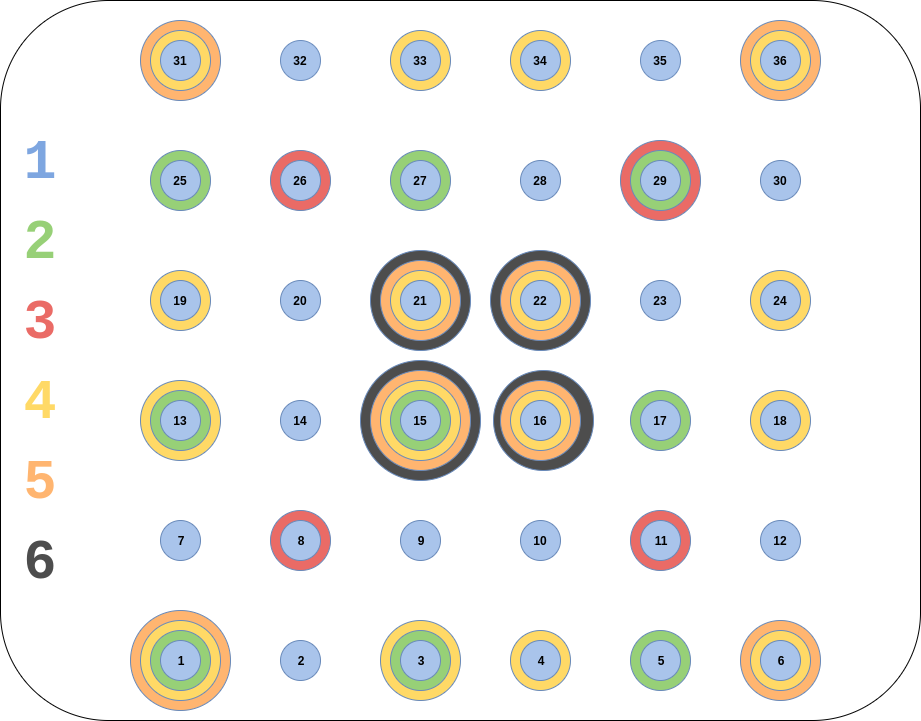
This is LED_Configuartions.png from Maximvda/ML_VLP, a draw.io export, as it was before one commit. Source tidied: cells renumbered, new cells last; positions are measured from the earlier drawing's top-left corner, leaving out a move shared by most shapes.
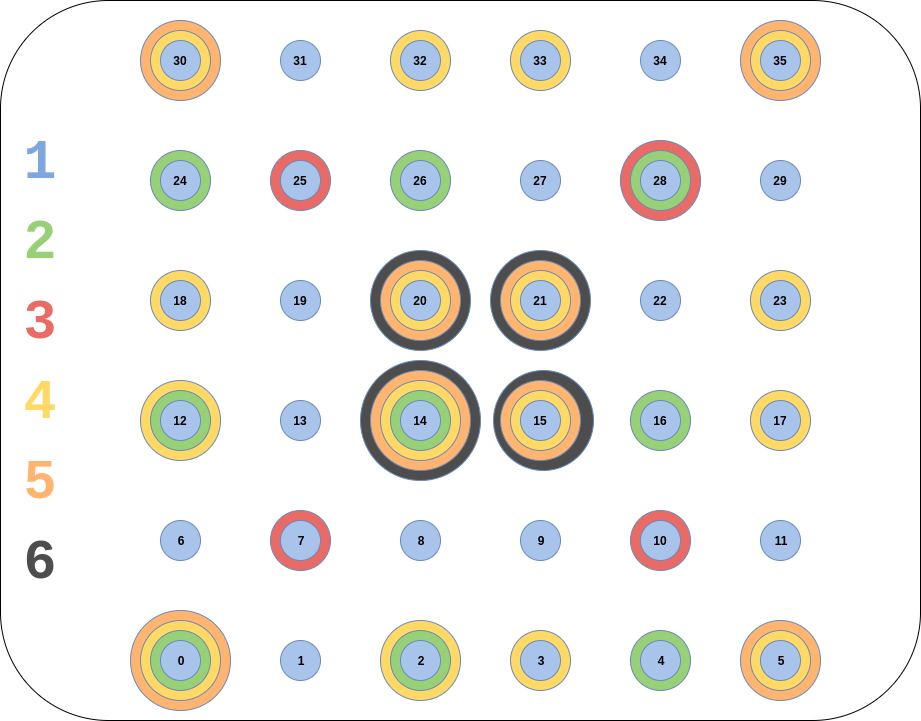
The same file after the commit.

The edit, as a diff of the source:
```diff
@@ -128,112 +128,112 @@
     <mxCell id="43" style="ellipse;whiteSpace=wrap;html=1;strokeColor=#698ABA;fillColor=#97D077;" parent="1" vertex="1">
       <mxGeometry x="150" y="630" width="60" height="60" as="geometry" />
     </mxCell>
-    <mxCell id="44" value="1&lt;br&gt;" style="ellipse;whiteSpace=wrap;html=1;fillColor=#A9C4EB;strokeColor=#698ABA;fontStyle=1;" parent="1" vertex="1">
+    <mxCell id="44" value="0" style="ellipse;whiteSpace=wrap;html=1;fillColor=#A9C4EB;strokeColor=#698ABA;fontStyle=1;" parent="1" vertex="1">
       <mxGeometry x="160" y="640" width="40" height="40" as="geometry" />
     </mxCell>
-    <mxCell id="45" value="4" style="ellipse;whiteSpace=wrap;html=1;fillColor=#A9C4EB;strokeColor=#698ABA;fontStyle=1;" parent="1" vertex="1">
+    <mxCell id="45" value="3" style="ellipse;whiteSpace=wrap;html=1;fillColor=#A9C4EB;strokeColor=#698ABA;fontStyle=1;" parent="1" vertex="1">
       <mxGeometry x="520" y="640" width="40" height="40" as="geometry" />
     </mxCell>
-    <mxCell id="46" value="2" style="ellipse;whiteSpace=wrap;html=1;fillColor=#A9C4EB;strokeColor=#698ABA;fontStyle=1;" parent="1" vertex="1">
+    <mxCell id="46" value="1" style="ellipse;whiteSpace=wrap;html=1;fillColor=#A9C4EB;strokeColor=#698ABA;fontStyle=1;" parent="1" vertex="1">
       <mxGeometry x="280" y="640" width="40" height="40" as="geometry" />
     </mxCell>
-    <mxCell id="47" value="3" style="ellipse;whiteSpace=wrap;html=1;fillColor=#A9C4EB;strokeColor=#698ABA;fontStyle=1;" parent="1" vertex="1">
+    <mxCell id="47" value="2" style="ellipse;whiteSpace=wrap;html=1;fillColor=#A9C4EB;strokeColor=#698ABA;fontStyle=1;" parent="1" vertex="1">
       <mxGeometry x="400" y="640" width="40" height="40" as="geometry" />
     </mxCell>
-    <mxCell id="48" value="5" style="ellipse;whiteSpace=wrap;html=1;fillColor=#A9C4EB;strokeColor=#698ABA;fontStyle=1;" parent="1" vertex="1">
+    <mxCell id="48" value="4" style="ellipse;whiteSpace=wrap;html=1;fillColor=#A9C4EB;strokeColor=#698ABA;fontStyle=1;" parent="1" vertex="1">
       <mxGeometry x="640" y="640" width="40" height="40" as="geometry" />
     </mxCell>
-    <mxCell id="49" value="6&lt;br&gt;" style="ellipse;whiteSpace=wrap;html=1;fillColor=#A9C4EB;strokeColor=#698ABA;fontStyle=1;" parent="1" vertex="1">
+    <mxCell id="49" value="5" style="ellipse;whiteSpace=wrap;html=1;fillColor=#A9C4EB;strokeColor=#698ABA;fontStyle=1;" parent="1" vertex="1">
       <mxGeometry x="760" y="640" width="40" height="40" as="geometry" />
     </mxCell>
-    <mxCell id="50" value="7" style="ellipse;whiteSpace=wrap;html=1;fillColor=#A9C4EB;strokeColor=#698ABA;fontStyle=1;" parent="1" vertex="1">
+    <mxCell id="50" value="6" style="ellipse;whiteSpace=wrap;html=1;fillColor=#A9C4EB;strokeColor=#698ABA;fontStyle=1;" parent="1" vertex="1">
       <mxGeometry x="160" y="520" width="40" height="40" as="geometry" />
     </mxCell>
-    <mxCell id="51" value="10" style="ellipse;whiteSpace=wrap;html=1;fillColor=#A9C4EB;strokeColor=#698ABA;fontStyle=1;" parent="1" vertex="1">
+    <mxCell id="51" value="9" style="ellipse;whiteSpace=wrap;html=1;fillColor=#A9C4EB;strokeColor=#698ABA;fontStyle=1;" parent="1" vertex="1">
       <mxGeometry x="520" y="520" width="40" height="40" as="geometry" />
     </mxCell>
-    <mxCell id="52" value="8" style="ellipse;whiteSpace=wrap;html=1;fillColor=#A9C4EB;strokeColor=#698ABA;fontStyle=1;" parent="1" vertex="1">
+    <mxCell id="52" value="7" style="ellipse;whiteSpace=wrap;html=1;fillColor=#A9C4EB;strokeColor=#698ABA;fontStyle=1;" parent="1" vertex="1">
       <mxGeometry x="280" y="520" width="40" height="40" as="geometry" />
     </mxCell>
-    <mxCell id="53" value="9" style="ellipse;whiteSpace=wrap;html=1;fillColor=#A9C4EB;strokeColor=#698ABA;fontStyle=1;" parent="1" vertex="1">
+    <mxCell id="53" value="8" style="ellipse;whiteSpace=wrap;html=1;fillColor=#A9C4EB;strokeColor=#698ABA;fontStyle=1;" parent="1" vertex="1">
       <mxGeometry x="400" y="520" width="40" height="40" as="geometry" />
     </mxCell>
-    <mxCell id="54" value="11" style="ellipse;whiteSpace=wrap;html=1;fillColor=#A9C4EB;strokeColor=#698ABA;fontStyle=1;" parent="1" vertex="1">
+    <mxCell id="54" value="10" style="ellipse;whiteSpace=wrap;html=1;fillColor=#A9C4EB;strokeColor=#698ABA;fontStyle=1;" parent="1" vertex="1">
       <mxGeometry x="640" y="520" width="40" height="40" as="geometry" />
     </mxCell>
-    <mxCell id="55" value="12" style="ellipse;whiteSpace=wrap;html=1;fillColor=#A9C4EB;strokeColor=#698ABA;fontStyle=1;" parent="1" vertex="1">
+    <mxCell id="55" value="11" style="ellipse;whiteSpace=wrap;html=1;fillColor=#A9C4EB;strokeColor=#698ABA;fontStyle=1;" parent="1" vertex="1">
       <mxGeometry x="760" y="520" width="40" height="40" as="geometry" />
     </mxCell>
-    <mxCell id="56" value="13" style="ellipse;whiteSpace=wrap;html=1;fillColor=#A9C4EB;strokeColor=#698ABA;fontStyle=1;" parent="1" vertex="1">
+    <mxCell id="56" value="12" style="ellipse;whiteSpace=wrap;html=1;fillColor=#A9C4EB;strokeColor=#698ABA;fontStyle=1;" parent="1" vertex="1">
       <mxGeometry x="160" y="400" width="40" height="40" as="geometry" />
     </mxCell>
-    <mxCell id="57" value="16" style="ellipse;whiteSpace=wrap;html=1;fillColor=#A9C4EB;strokeColor=#698ABA;fontStyle=1;" parent="1" vertex="1">
+    <mxCell id="57" value="15" style="ellipse;whiteSpace=wrap;html=1;fillColor=#A9C4EB;strokeColor=#698ABA;fontStyle=1;" parent="1" vertex="1">
       <mxGeometry x="520" y="400" width="40" height="40" as="geometry" />
     </mxCell>
-    <mxCell id="58" value="14" style="ellipse;whiteSpace=wrap;html=1;fillColor=#A9C4EB;strokeColor=#698ABA;fontStyle=1;" parent="1" vertex="1">
+    <mxCell id="58" value="13" style="ellipse;whiteSpace=wrap;html=1;fillColor=#A9C4EB;strokeColor=#698ABA;fontStyle=1;" parent="1" vertex="1">
       <mxGeometry x="280" y="400" width="40" height="40" as="geometry" />
     </mxCell>
-    <mxCell id="59" value="15" style="ellipse;whiteSpace=wrap;html=1;fillColor=#A9C4EB;strokeColor=#698ABA;fontStyle=1;" parent="1" vertex="1">
+    <mxCell id="59" value="14" style="ellipse;whiteSpace=wrap;html=1;fillColor=#A9C4EB;strokeColor=#698ABA;fontStyle=1;" parent="1" vertex="1">
       <mxGeometry x="400" y="400" width="40" height="40" as="geometry" />
     </mxCell>
-    <mxCell id="60" value="17" style="ellipse;whiteSpace=wrap;html=1;fillColor=#A9C4EB;strokeColor=#698ABA;fontStyle=1;" parent="1" vertex="1">
+    <mxCell id="60" value="16" style="ellipse;whiteSpace=wrap;html=1;fillColor=#A9C4EB;strokeColor=#698ABA;fontStyle=1;" parent="1" vertex="1">
       <mxGeometry x="640" y="400" width="40" height="40" as="geometry" />
     </mxCell>
-    <mxCell id="61" value="18" style="ellipse;whiteSpace=wrap;html=1;fillColor=#A9C4EB;strokeColor=#698ABA;fontStyle=1;" parent="1" vertex="1">
+    <mxCell id="61" value="17" style="ellipse;whiteSpace=wrap;html=1;fillColor=#A9C4EB;strokeColor=#698ABA;fontStyle=1;" parent="1" vertex="1">
       <mxGeometry x="760" y="400" width="40" height="40" as="geometry" />
     </mxCell>
-    <mxCell id="62" value="19" style="ellipse;whiteSpace=wrap;html=1;fillColor=#A9C4EB;strokeColor=#698ABA;fontStyle=1;" parent="1" vertex="1">
+    <mxCell id="62" value="18" style="ellipse;whiteSpace=wrap;html=1;fillColor=#A9C4EB;strokeColor=#698ABA;fontStyle=1;" parent="1" vertex="1">
       <mxGeometry x="160" y="280" width="40" height="40" as="geometry" />
     </mxCell>
-    <mxCell id="63" value="22" style="ellipse;whiteSpace=wrap;html=1;fillColor=#A9C4EB;strokeColor=#698ABA;fontStyle=1;" parent="1" vertex="1">
+    <mxCell id="63" value="21" style="ellipse;whiteSpace=wrap;html=1;fillColor=#A9C4EB;strokeColor=#698ABA;fontStyle=1;" parent="1" vertex="1">
       <mxGeometry x="520" y="280" width="40" height="40" as="geometry" />
     </mxCell>
-    <mxCell id="64" value="20" style="ellipse;whiteSpace=wrap;html=1;fillColor=#A9C4EB;strokeColor=#698ABA;fontStyle=1;" parent="1" vertex="1">
+    <mxCell id="64" value="19" style="ellipse;whiteSpace=wrap;html=1;fillColor=#A9C4EB;strokeColor=#698ABA;fontStyle=1;" parent="1" vertex="1">
       <mxGeometry x="280" y="280" width="40" height="40" as="geometry" />
     </mxCell>
-    <mxCell id="65" value="21" style="ellipse;whiteSpace=wrap;html=1;fillColor=#A9C4EB;strokeColor=#698ABA;fontStyle=1;" parent="1" vertex="1">
+    <mxCell id="65" value="20" style="ellipse;whiteSpace=wrap;html=1;fillColor=#A9C4EB;strokeColor=#698ABA;fontStyle=1;" parent="1" vertex="1">
       <mxGeometry x="400" y="280" width="40" height="40" as="geometry" />
     </mxCell>
-    <mxCell id="66" value="23" style="ellipse;whiteSpace=wrap;html=1;fillColor=#A9C4EB;strokeColor=#698ABA;fontStyle=1;" parent="1" vertex="1">
+    <mxCell id="66" value="22" style="ellipse;whiteSpace=wrap;html=1;fillColor=#A9C4EB;strokeColor=#698ABA;fontStyle=1;" parent="1" vertex="1">
       <mxGeometry x="640" y="280" width="40" height="40" as="geometry" />
     </mxCell>
-    <mxCell id="67" value="24" style="ellipse;whiteSpace=wrap;html=1;fillColor=#A9C4EB;strokeColor=#698ABA;fontStyle=1;" parent="1" vertex="1">
+    <mxCell id="67" value="23" style="ellipse;whiteSpace=wrap;html=1;fillColor=#A9C4EB;strokeColor=#698ABA;fontStyle=1;" parent="1" vertex="1">
       <mxGeometry x="760" y="280" width="40" height="40" as="geometry" />
     </mxCell>
-    <mxCell id="68" value="25" style="ellipse;whiteSpace=wrap;html=1;fillColor=#A9C4EB;strokeColor=#698ABA;fontStyle=1;" parent="1" vertex="1">
+    <mxCell id="68" value="24" style="ellipse;whiteSpace=wrap;html=1;fillColor=#A9C4EB;strokeColor=#698ABA;fontStyle=1;" parent="1" vertex="1">
       <mxGeometry x="160" y="160" width="40" height="40" as="geometry" />
     </mxCell>
-    <mxCell id="69" value="28" style="ellipse;whiteSpace=wrap;html=1;fillColor=#A9C4EB;strokeColor=#698ABA;fontStyle=1;" parent="1" vertex="1">
+    <mxCell id="69" value="27" style="ellipse;whiteSpace=wrap;html=1;fillColor=#A9C4EB;strokeColor=#698ABA;fontStyle=1;" parent="1" vertex="1">
       <mxGeometry x="520" y="160" width="40" height="40" as="geometry" />
     </mxCell>
-    <mxCell id="70" value="26" style="ellipse;whiteSpace=wrap;html=1;fillColor=#A9C4EB;strokeColor=#698ABA;fontStyle=1;" parent="1" vertex="1">
+    <mxCell id="70" value="25" style="ellipse;whiteSpace=wrap;html=1;fillColor=#A9C4EB;strokeColor=#698ABA;fontStyle=1;" parent="1" vertex="1">
       <mxGeometry x="280" y="160" width="40" height="40" as="geometry" />
     </mxCell>
-    <mxCell id="71" value="27" style="ellipse;whiteSpace=wrap;html=1;fillColor=#A9C4EB;strokeColor=#698ABA;fontStyle=1;" parent="1" vertex="1">
+    <mxCell id="71" value="26" style="ellipse;whiteSpace=wrap;html=1;fillColor=#A9C4EB;strokeColor=#698ABA;fontStyle=1;" parent="1" vertex="1">
       <mxGeometry x="400" y="160" width="40" height="40" as="geometry" />
     </mxCell>
-    <mxCell id="72" value="29" style="ellipse;whiteSpace=wrap;html=1;fillColor=#A9C4EB;strokeColor=#698ABA;fontStyle=1;" parent="1" vertex="1">
+    <mxCell id="72" value="28" style="ellipse;whiteSpace=wrap;html=1;fillColor=#A9C4EB;strokeColor=#698ABA;fontStyle=1;" parent="1" vertex="1">
       <mxGeometry x="640" y="160" width="40" height="40" as="geometry" />
     </mxCell>
-    <mxCell id="73" value="30" style="ellipse;whiteSpace=wrap;html=1;fillColor=#A9C4EB;strokeColor=#698ABA;fontStyle=1;" parent="1" vertex="1">
+    <mxCell id="73" value="29" style="ellipse;whiteSpace=wrap;html=1;fillColor=#A9C4EB;strokeColor=#698ABA;fontStyle=1;" parent="1" vertex="1">
       <mxGeometry x="760" y="160" width="40" height="40" as="geometry" />
     </mxCell>
-    <mxCell id="74" value="31" style="ellipse;whiteSpace=wrap;html=1;fillColor=#A9C4EB;strokeColor=#6c8ebf;fontStyle=1;" parent="1" vertex="1">
+    <mxCell id="74" value="30" style="ellipse;whiteSpace=wrap;html=1;fillColor=#A9C4EB;strokeColor=#6c8ebf;fontStyle=1;" parent="1" vertex="1">
       <mxGeometry x="160" y="40" width="40" height="40" as="geometry" />
     </mxCell>
-    <mxCell id="75" value="34" style="ellipse;whiteSpace=wrap;html=1;fillColor=#A9C4EB;strokeColor=#6c8ebf;fontStyle=1;" parent="1" vertex="1">
+    <mxCell id="75" value="33" style="ellipse;whiteSpace=wrap;html=1;fillColor=#A9C4EB;strokeColor=#6c8ebf;fontStyle=1;" parent="1" vertex="1">
       <mxGeometry x="520" y="40" width="40" height="40" as="geometry" />
     </mxCell>
-    <mxCell id="76" value="32" style="ellipse;whiteSpace=wrap;html=1;fillColor=#A9C4EB;strokeColor=#6c8ebf;fontStyle=1;" parent="1" vertex="1">
+    <mxCell id="76" value="31" style="ellipse;whiteSpace=wrap;html=1;fillColor=#A9C4EB;strokeColor=#6c8ebf;fontStyle=1;" parent="1" vertex="1">
       <mxGeometry x="280" y="40" width="40" height="40" as="geometry" />
     </mxCell>
-    <mxCell id="77" value="33" style="ellipse;whiteSpace=wrap;html=1;fillColor=#A9C4EB;strokeColor=#6c8ebf;fontStyle=1;" parent="1" vertex="1">
+    <mxCell id="77" value="32" style="ellipse;whiteSpace=wrap;html=1;fillColor=#A9C4EB;strokeColor=#6c8ebf;fontStyle=1;" parent="1" vertex="1">
       <mxGeometry x="400" y="40" width="40" height="40" as="geometry" />
     </mxCell>
-    <mxCell id="78" value="35" style="ellipse;whiteSpace=wrap;html=1;fillColor=#A9C4EB;strokeColor=#6c8ebf;fontStyle=1;" parent="1" vertex="1">
+    <mxCell id="78" value="34" style="ellipse;whiteSpace=wrap;html=1;fillColor=#A9C4EB;strokeColor=#6c8ebf;fontStyle=1;" parent="1" vertex="1">
       <mxGeometry x="640" y="40" width="40" height="40" as="geometry" />
     </mxCell>
-    <mxCell id="79" value="36" style="ellipse;whiteSpace=wrap;html=1;fillColor=#A9C4EB;strokeColor=#6c8ebf;fontStyle=1;" parent="1" vertex="1">
+    <mxCell id="79" value="35" style="ellipse;whiteSpace=wrap;html=1;fillColor=#A9C4EB;strokeColor=#6c8ebf;fontStyle=1;" parent="1" vertex="1">
       <mxGeometry x="760" y="40" width="40" height="40" as="geometry" />
     </mxCell>
     <mxCell id="80" value="&lt;span style=&quot;font-size: 55px&quot;&gt;&lt;b&gt;&lt;font color=&quot;#7ea6e0&quot;&gt;&lt;font face=&quot;Courier New&quot; style=&quot;font-size: 55px&quot;&gt;1&lt;/font&gt;&lt;/font&gt;&lt;/b&gt;&lt;/span&gt;" style="text;html=1;strokeColor=none;fillColor=none;align=center;verticalAlign=middle;whiteSpace=wrap;rounded=0;" parent="1" vertex="1">
```
